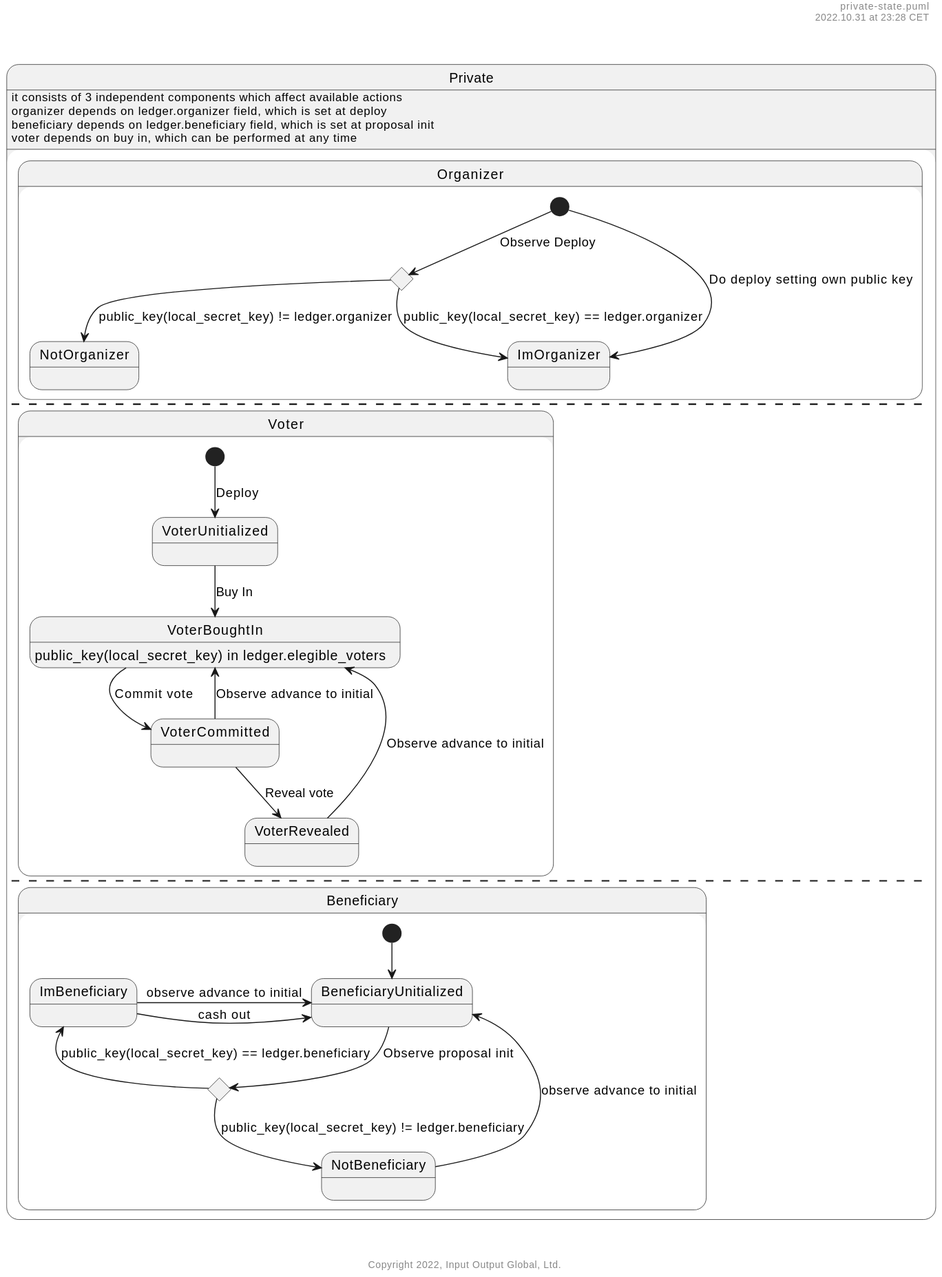
Before: example-dapps/dao/private-state.svg, a diagram exported from PlantUML (midnightntwrk/midnight-architecture).
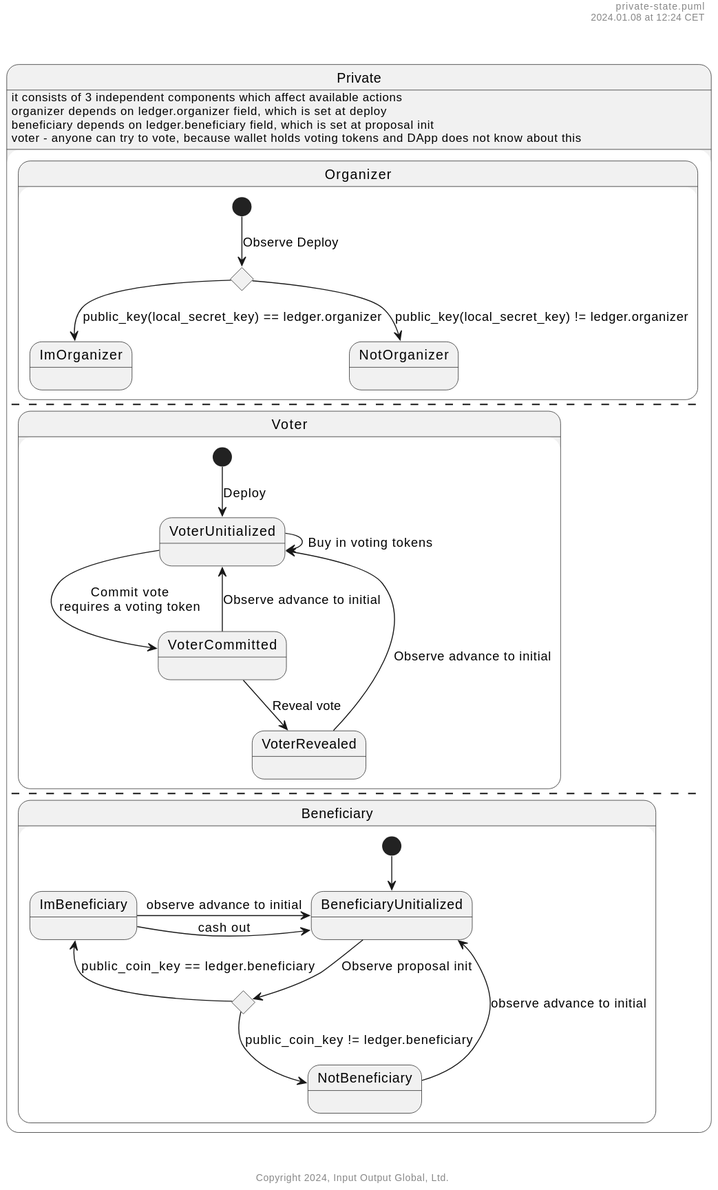
After the change.

Change to the diagram source:
```diff
@@ -7,21 +7,18 @@
 state Private {
     state Organizer {
         state COrganizerCheck <<choice>>
-        [*] --> ImOrganizer : Do deploy setting own public key
         [*] --> COrganizerCheck : Observe Deploy
         COrganizerCheck --> ImOrganizer : public_key(local_secret_key) == ledger.organizer
         COrganizerCheck --> NotOrganizer : public_key(local_secret_key) != ledger.organizer
     }
     --
     state Voter {
-        VoterBoughtIn : public_key(local_secret_key) in ledger.elegible_voters
-
         [*] --> VoterUnitialized : Deploy
-        VoterUnitialized --> VoterBoughtIn : Buy In
-        VoterBoughtIn --> VoterCommitted : Commit vote
+        VoterUnitialized --> VoterUnitialized : Buy in voting tokens
+        VoterUnitialized --> VoterCommitted : Commit vote\nrequires a voting token
         VoterCommitted --> VoterRevealed : Reveal vote
-        VoterRevealed --> VoterBoughtIn : Observe advance to initial
-        VoterCommitted --> VoterBoughtIn : Observe advance to initial
+        VoterRevealed --> VoterUnitialized : Observe advance to initial
+        VoterCommitted --> VoterUnitialized : Observe advance to initial
     }
     --
     state Beneficiary {
@@ -29,8 +26,8 @@
 
         [*] -d-> BeneficiaryUnitialized
         BeneficiaryUnitialized -d-> CBeneficiaryCheck : Observe proposal init
-        CBeneficiaryCheck -d-> ImBeneficiary : public_key(local_secret_key) == ledger.beneficiary
-        CBeneficiaryCheck --> NotBeneficiary : public_key(local_secret_key) != ledger.beneficiary
+        CBeneficiaryCheck -d-> ImBeneficiary : public_coin_key == ledger.beneficiary
+        CBeneficiaryCheck --> NotBeneficiary : public_coin_key != ledger.beneficiary
         ImBeneficiary -r-> BeneficiaryUnitialized : cash out
         ImBeneficiary -r-> BeneficiaryUnitialized : observe advance to initial
         NotBeneficiary -r-> BeneficiaryUnitialized : observe advance to initial
@@ -39,6 +36,6 @@
 Private : it consists of 3 independent components which affect available actions
 Private : organizer depends on ledger.organizer field, which is set at deploy
 Private : beneficiary depends on ledger.beneficiary field, which is set at proposal init
-Private : voter depends on buy in, which can be performed at any time
+Private : voter - anyone can try to vote, because wallet holds voting tokens and DApp does not know about this
 
 @enduml
```
